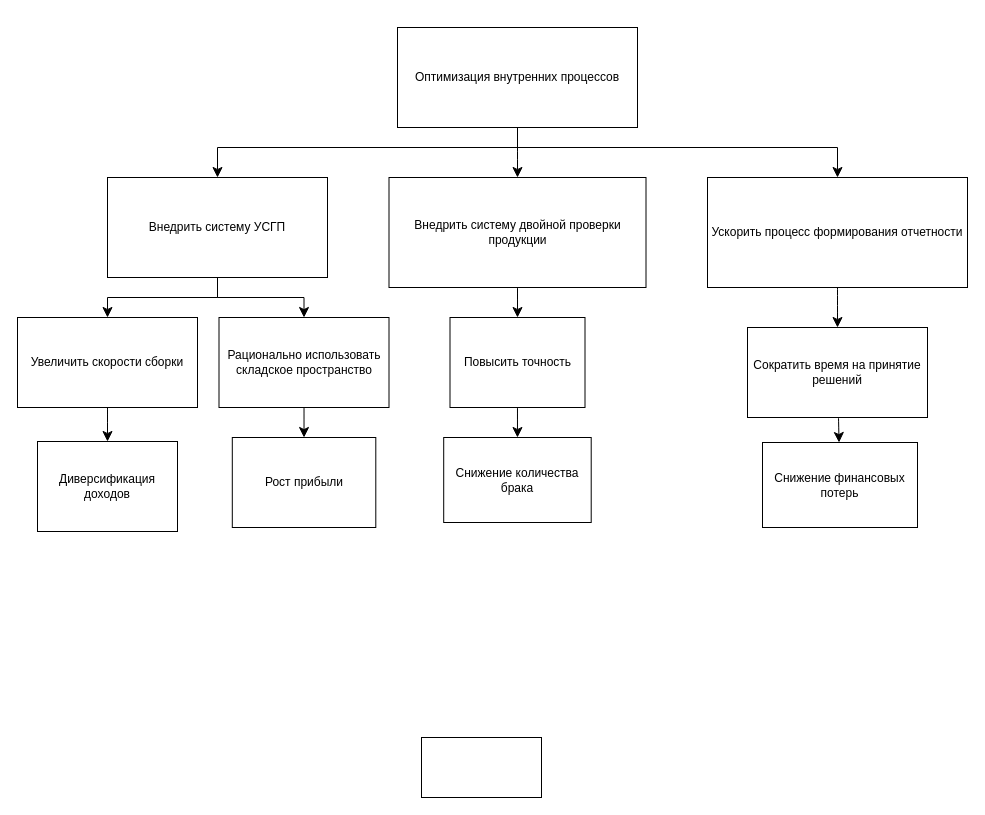
The draw.io diagram ОРТПС_2.drawio in mopsin666/AKMS, before the edit. Source tidied: cells renumbered, new cells numbered last; positions are measured from the earlier drawing's top-left corner, leaving out a move shared by most shapes. Both pictures are drawn from the tidied source at 100%, with x=0, y=0 at pixel (17, 27).
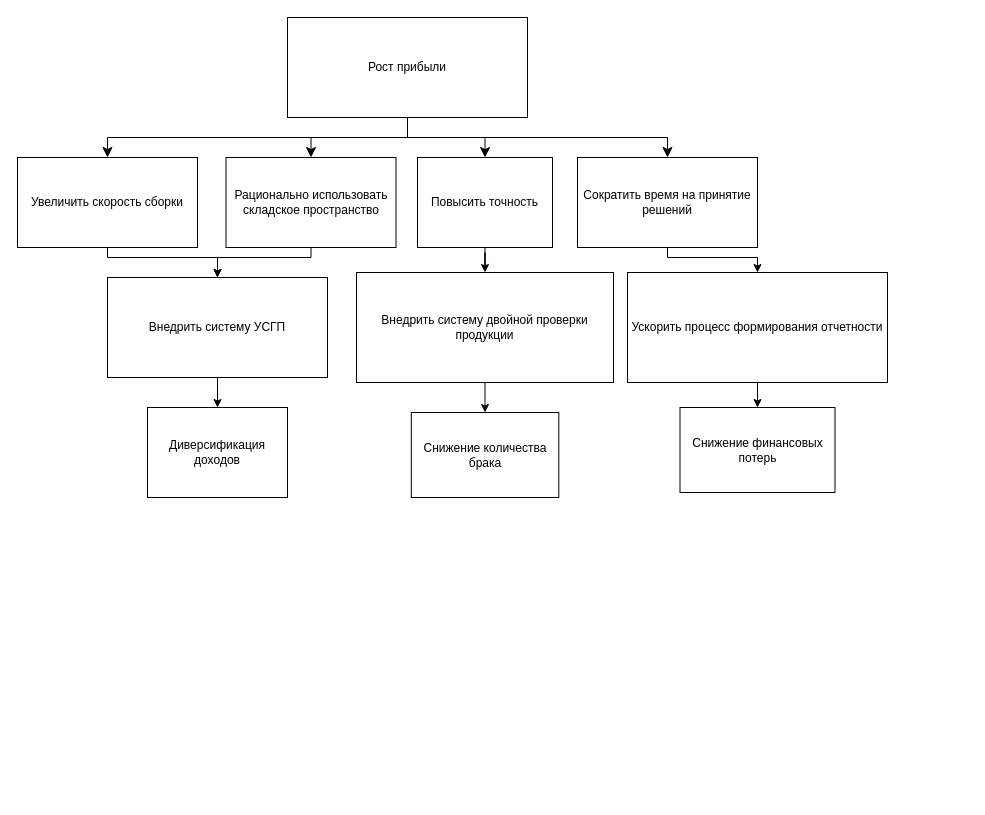
After the change.

Diff of the diagram source:
```diff
@@
-    <mxCell id="2" style="edgeStyle=none;curved=1;rounded=0;jettySize=auto;html=1;entryX=0.5;entryY=0;entryDx=0;entryDy=0;fontSize=12;startSize=8;endSize=8;" parent="1" edge="1" source="3" target="12">
-      <mxGeometry relative="1" as="geometry" />
-    </mxCell>
-    <mxCell id="3" value="Оптимизация внутренних процессов" style="rounded=0;whiteSpace=wrap;html=1;" parent="1" vertex="1">
-      <mxGeometry x="380" width="240" height="100" as="geometry" />
+    <mxCell id="3" value="Рост прибыли" style="rounded=0;whiteSpace=wrap;html=1;" parent="1" vertex="1">
+      <mxGeometry x="270" y="-10" width="240" height="100" as="geometry" />
     </mxCell>
+    <mxCell id="26" style="edgeStyle=orthogonalEdgeStyle;rounded=0;jettySize=auto;html=1;" parent="1" edge="1" source="4" target="8">
+      <mxGeometry relative="1" as="geometry" />
+    </mxCell>
     <mxCell id="4" value="Внедрить систему УСГП" style="rounded=0;whiteSpace=wrap;html=1;" parent="1" vertex="1">
-      <mxGeometry x="90" y="150" width="220" height="100" as="geometry" />
+      <mxGeometry x="90" y="250" width="220" height="100" as="geometry" />
     </mxCell>
-    <mxCell id="5" style="edgeStyle=none;curved=1;rounded=0;jettySize=auto;html=1;fontSize=12;startSize=8;endSize=8;" parent="1" edge="1" source="6" target="7">
-      <mxGeometry relative="1" as="geometry" />
-    </mxCell>
+    <mxCell id="27" style="edgeStyle=orthogonalEdgeStyle;rounded=0;jettySize=auto;html=1;entryX=0.5;entryY=0;entryDx=0;entryDy=0;" parent="1" edge="1" source="6" target="4">
+      <mxGeometry relative="1" as="geometry">
+        <Array as="points">
+          <mxPoint x="294" y="230" />
+          <mxPoint x="200" y="230" />
+        </Array>
+      </mxGeometry>
+    </mxCell>
     <mxCell id="6" value="Рационально использовать складское пространство" style="rounded=0;whiteSpace=wrap;html=1;" parent="1" vertex="1">
-      <mxGeometry x="201.5" y="290" width="170" height="90" as="geometry" />
+      <mxGeometry x="208.5" y="130" width="170" height="90" as="geometry" />
     </mxCell>
-    <mxCell id="7" value="&lt;div style=&quot;&quot;&gt;Рост прибыли&lt;/div&gt;" style="rounded=0;whiteSpace=wrap;html=1;align=center;" parent="1" vertex="1">
-      <mxGeometry x="214.8" y="410" width="143.5" height="90" as="geometry" />
-    </mxCell>
     <mxCell id="8" value="Диверсификация доходов" style="rounded=0;whiteSpace=wrap;html=1;" parent="1" vertex="1">
-      <mxGeometry x="20" y="414" width="140" height="90" as="geometry" />
+      <mxGeometry x="130" y="380" width="140" height="90" as="geometry" />
     </mxCell>
-    <mxCell id="9" style="edgeStyle=none;curved=1;rounded=0;jettySize=auto;html=1;fontSize=12;startSize=8;endSize=8;" parent="1" edge="1" source="10" target="8">
-      <mxGeometry relative="1" as="geometry" />
-    </mxCell>
+    <mxCell id="28" style="edgeStyle=orthogonalEdgeStyle;rounded=0;jettySize=auto;html=1;entryX=0.5;entryY=0;entryDx=0;entryDy=0;" parent="1" edge="1" source="10" target="4">
+      <mxGeometry relative="1" as="geometry">
+        <Array as="points">
+          <mxPoint x="90" y="230" />
+          <mxPoint x="200" y="230" />
+        </Array>
+      </mxGeometry>
+    </mxCell>
-    <mxCell id="10" value="Увеличить скорости сборки" style="rounded=0;whiteSpace=wrap;html=1;" parent="1" vertex="1">
-      <mxGeometry y="290" width="180" height="90" as="geometry" />
+    <mxCell id="10" value="Увеличить скорость сборки" style="rounded=0;whiteSpace=wrap;html=1;" parent="1" vertex="1">
+      <mxGeometry y="130" width="180" height="90" as="geometry" />
     </mxCell>
-    <mxCell id="11" style="edgeStyle=none;curved=1;rounded=0;jettySize=auto;html=1;fontSize=12;startSize=8;endSize=8;" parent="1" edge="1" source="12" target="14">
-      <mxGeometry relative="1" as="geometry" />
-    </mxCell>
+    <mxCell id="29" style="edgeStyle=orthogonalEdgeStyle;rounded=0;jettySize=auto;html=1;" parent="1" edge="1" source="12" target="23">
+      <mxGeometry relative="1" as="geometry" />
+    </mxCell>
     <mxCell id="12" value="&lt;div style=&quot;&quot;&gt;Внедрить систему двойной проверки продукции&lt;/div&gt;" style="rounded=0;whiteSpace=wrap;html=1;align=center;" parent="1" vertex="1">
-      <mxGeometry x="371.5" y="150" width="257" height="110" as="geometry" />
+      <mxGeometry x="339" y="245" width="257" height="110" as="geometry" />
     </mxCell>
-    <mxCell id="13" style="edgeStyle=none;curved=1;rounded=0;jettySize=auto;html=1;fontSize=12;startSize=8;endSize=8;" parent="1" edge="1" source="14" target="23">
-      <mxGeometry relative="1" as="geometry" />
-    </mxCell>
+    <mxCell id="30" style="edgeStyle=orthogonalEdgeStyle;rounded=0;jettySize=auto;html=1;" parent="1" edge="1" source="14" target="12">
+      <mxGeometry relative="1" as="geometry" />
+    </mxCell>
     <mxCell id="14" value="Повысить точность" style="rounded=0;whiteSpace=wrap;html=1;" parent="1" vertex="1">
-      <mxGeometry x="432.5" y="290" width="135" height="90" as="geometry" />
+      <mxGeometry x="400" y="130" width="135" height="90" as="geometry" />
     </mxCell>
     <mxCell id="15" value="Снижение финансовых потерь" style="rounded=0;whiteSpace=wrap;html=1;" parent="1" vertex="1">
-      <mxGeometry x="745" y="415" width="155" height="85" as="geometry" />
+      <mxGeometry x="662.5" y="380" width="155" height="85" as="geometry" />
     </mxCell>
-    <mxCell id="16" style="edgeStyle=none;curved=1;rounded=0;jettySize=auto;html=1;fontSize=12;startSize=8;endSize=8;" parent="1" edge="1" source="17" target="25">
-      <mxGeometry relative="1" as="geometry" />
-    </mxCell>
+    <mxCell id="31" style="edgeStyle=orthogonalEdgeStyle;rounded=0;jettySize=auto;html=1;" parent="1" edge="1" source="17" target="15">
+      <mxGeometry relative="1" as="geometry" />
+    </mxCell>
     <mxCell id="17" value="Ускорить процесс формирования отчетности" style="rounded=0;whiteSpace=wrap;html=1;" parent="1" vertex="1">
-      <mxGeometry x="690" y="150" width="260" height="110" as="geometry" />
+      <mxGeometry x="610" y="245" width="260" height="110" as="geometry" />
     </mxCell>
-    <mxCell id="18" style="rounded=0;whiteSpace=wrap;html=1;" parent="1" vertex="1">
-      <mxGeometry x="404" y="710" width="120" height="60" as="geometry" />
-    </mxCell>
-    <mxCell id="19" style="edgeStyle=elbowEdgeStyle;elbow=vertical;endArrow=classic;html=1;curved=0;rounded=0;endSize=8;startSize=8;fontSize=12;entryX=0.5;entryY=0;entryDx=0;entryDy=0;exitX=0.5;exitY=1;exitDx=0;exitDy=0;" parent="1" edge="1" source="3" target="4">
+    <mxCell id="19" style="edgeStyle=elbowEdgeStyle;elbow=vertical;endArrow=classic;html=1;curved=0;rounded=0;endSize=8;startSize=8;fontSize=12;exitX=0.5;exitY=1;exitDx=0;exitDy=0;entryX=0.5;entryY=0;entryDx=0;entryDy=0;" parent="1" edge="1" source="3" target="10">
       <mxGeometry relative="1" as="geometry">
         <Array as="points">
-          <mxPoint x="570" y="120" />
+          <mxPoint x="460" y="110" />
         </Array>
       </mxGeometry>
     </mxCell>
-    <mxCell id="20" style="edgeStyle=segmentEdgeStyle;endArrow=classic;html=1;curved=0;rounded=0;endSize=8;startSize=8;fontSize=12;entryX=0.5;entryY=0;entryDx=0;entryDy=0;" parent="1" edge="1" target="17">
+    <mxCell id="20" style="edgeStyle=segmentEdgeStyle;endArrow=classic;html=1;curved=0;rounded=0;endSize=8;startSize=8;fontSize=12;" parent="1" edge="1" target="25">
       <mxGeometry relative="1" as="geometry">
-        <mxPoint x="500" y="120" as="sourcePoint" />
+        <mxPoint x="390" y="110" as="sourcePoint" />
       </mxGeometry>
     </mxCell>
-    <mxCell id="21" style="edgeStyle=segmentEdgeStyle;endArrow=classic;html=1;curved=0;rounded=0;endSize=8;startSize=8;fontSize=12;exitX=0.5;exitY=1;exitDx=0;exitDy=0;entryX=0.5;entryY=0;entryDx=0;entryDy=0;" parent="1" edge="1" source="4" target="6">
-      <mxGeometry relative="1" as="geometry">
-        <Array as="points">
-          <mxPoint x="200" y="270" />
-          <mxPoint x="287" y="270" />
-        </Array>
-      </mxGeometry>
-    </mxCell>
-    <mxCell id="22" style="edgeStyle=segmentEdgeStyle;endArrow=classic;html=1;curved=0;rounded=0;endSize=8;startSize=8;fontSize=12;exitX=0.5;exitY=1;exitDx=0;exitDy=0;entryX=0.5;entryY=0;entryDx=0;entryDy=0;" parent="1" edge="1" source="4" target="10">
-      <mxGeometry relative="1" as="geometry">
-        <Array as="points">
-          <mxPoint x="200" y="270" />
-          <mxPoint x="90" y="270" />
-        </Array>
-      </mxGeometry>
-    </mxCell>
     <mxCell id="23" value="Снижение количества брака" style="rounded=0;whiteSpace=wrap;html=1;" parent="1" vertex="1">
-      <mxGeometry x="426.2" y="410" width="147.5" height="85" as="geometry" />
+      <mxGeometry x="393.8" y="385" width="147.5" height="85" as="geometry" />
     </mxCell>
-    <mxCell id="24" style="edgeStyle=none;curved=1;rounded=0;jettySize=auto;html=1;fontSize=12;startSize=8;endSize=8;" parent="1" edge="1" source="25" target="15">
-      <mxGeometry relative="1" as="geometry" />
-    </mxCell>
+    <mxCell id="32" style="edgeStyle=orthogonalEdgeStyle;rounded=0;jettySize=auto;html=1;" parent="1" edge="1" source="25" target="17">
+      <mxGeometry relative="1" as="geometry">
+        <Array as="points">
+          <mxPoint x="650" y="230" />
+          <mxPoint x="740" y="230" />
+        </Array>
+      </mxGeometry>
+    </mxCell>
     <mxCell id="25" value="Сократить время на принятие решений" style="rounded=0;whiteSpace=wrap;html=1;" parent="1" vertex="1">
-      <mxGeometry x="730" y="300" width="180" height="90" as="geometry" />
+      <mxGeometry x="560" y="130" width="180" height="90" as="geometry" />
     </mxCell>
+    <mxCell id="33" style="edgeStyle=segmentEdgeStyle;endArrow=classic;html=1;curved=0;rounded=0;endSize=8;startSize=8;exitX=0.5;exitY=1;exitDx=0;exitDy=0;entryX=0.5;entryY=0;entryDx=0;entryDy=0;" parent="1" edge="1" source="3" target="14">
+      <mxGeometry relative="1" as="geometry">
+        <Array as="points">
+          <mxPoint x="390" y="110" />
+          <mxPoint x="468" y="110" />
+        </Array>
+      </mxGeometry>
+    </mxCell>
+    <mxCell id="34" style="edgeStyle=segmentEdgeStyle;endArrow=classic;html=1;curved=0;rounded=0;endSize=8;startSize=8;exitX=0.5;exitY=1;exitDx=0;exitDy=0;entryX=0.5;entryY=0;entryDx=0;entryDy=0;" parent="1" edge="1" source="3" target="6">
+      <mxGeometry relative="1" as="geometry">
+        <Array as="points">
+          <mxPoint x="390" y="110" />
+          <mxPoint x="294" y="110" />
+        </Array>
+      </mxGeometry>
+    </mxCell>
```
